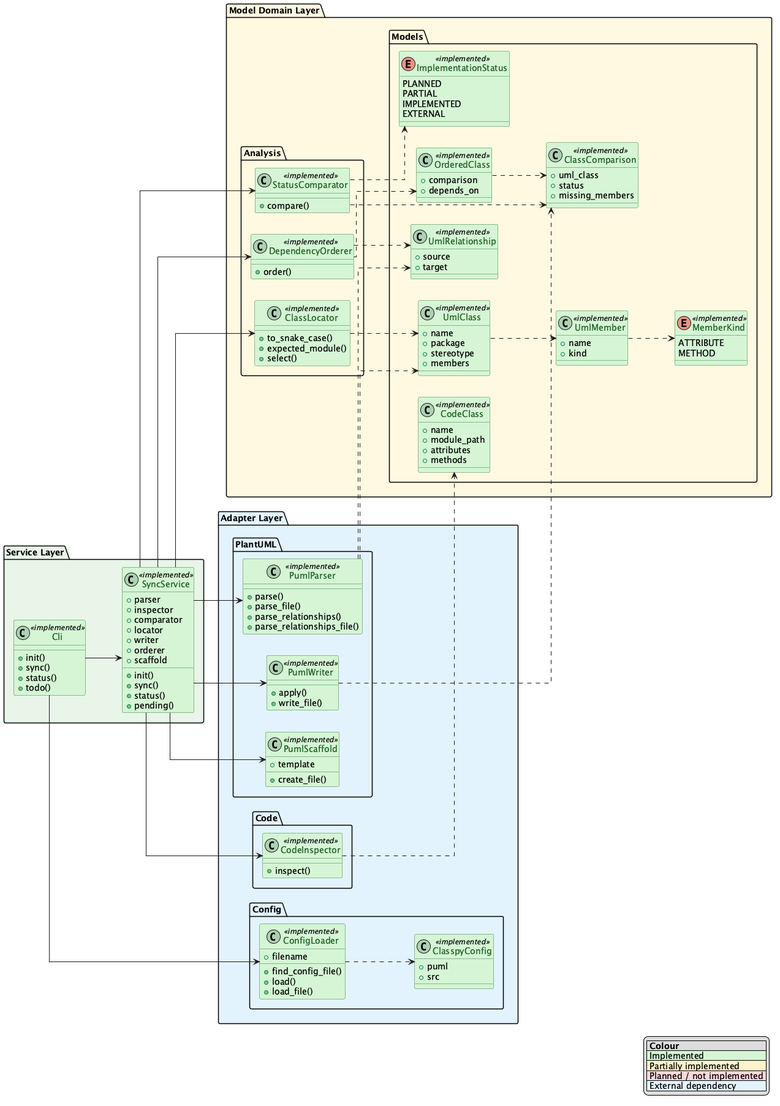
GuilhermeCosta-Ferreira/ClassyPython keeps this PlantUML diagram as docs/class.png. Above is the earlier version.
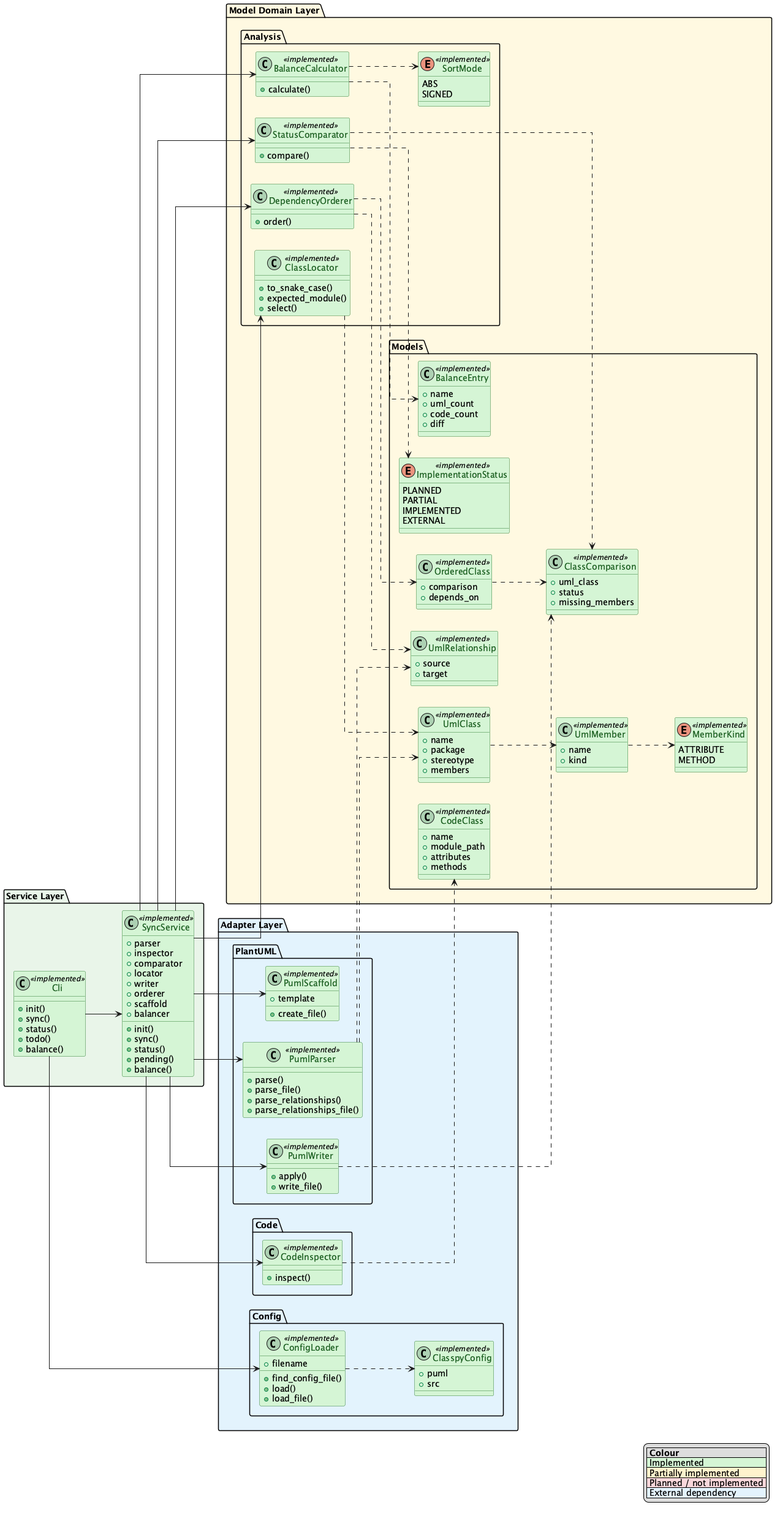
Above is the later version.

Change to the diagram source:
```diff
@@ -39,10 +39,12 @@
         +writer
         +orderer
         +scaffold
+        +balancer
         +init()
         +sync()
         +status()
         +pending()
+        +balance()
     }
 
 
@@ -51,6 +53,7 @@
         +sync()
         +status()
         +todo()
+        +balance()
     }
     Cli --> SyncService
 }
@@ -112,6 +115,13 @@
             +depends_on
         }
         OrderedClass ..> ClassComparison
+
+        class BalanceEntry <<implemented>> {
+            +name
+            +uml_count
+            +code_count
+            +diff
+        }
     }
 
     package "Analysis" {
@@ -134,6 +144,17 @@
         }
         DependencyOrderer ..> OrderedClass
         DependencyOrderer ..> UmlRelationship
+
+        enum SortMode <<implemented>> {
+            ABS
+            SIGNED
+        }
+
+        class BalanceCalculator <<implemented>> {
+            +calculate()
+        }
+        BalanceCalculator ..> BalanceEntry
+        BalanceCalculator ..> SortMode
     }
 }
 
@@ -196,6 +217,7 @@
 SyncService --> PumlWriter
 SyncService --> DependencyOrderer
 SyncService --> PumlScaffold
+SyncService --> BalanceCalculator
 
 PumlParser ..> UmlRelationship
 
```
